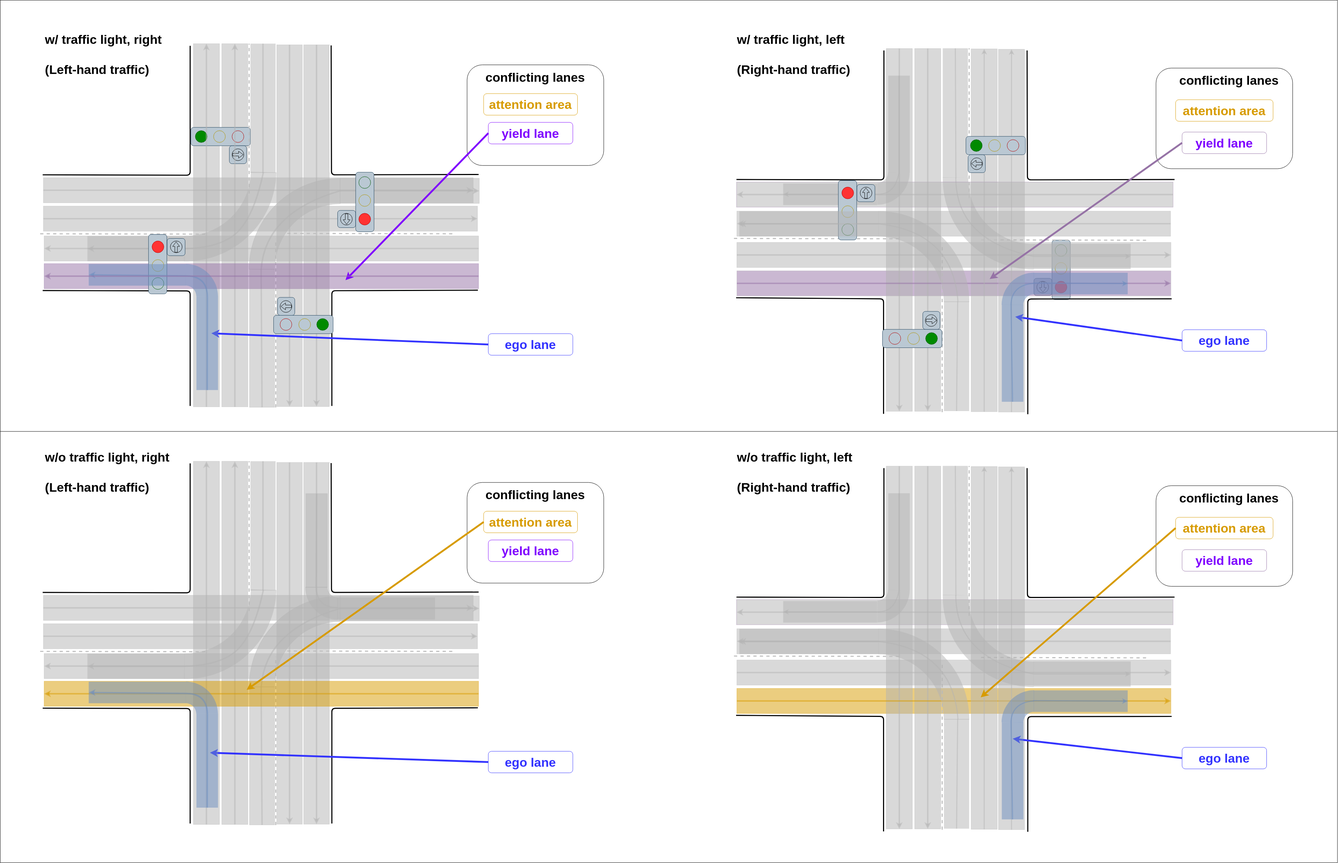
Before: main/planning/behavior_velocity_intersection_module/docs/intersection-attention-ll-rr.drawio.svg, a diagram exported from draw.io (ralwing/autoware.universe). Source tidied: cells renumbered, new cells last; positions are measured from the earlier drawing's top-left corner, leaving out a move shared by most shapes.
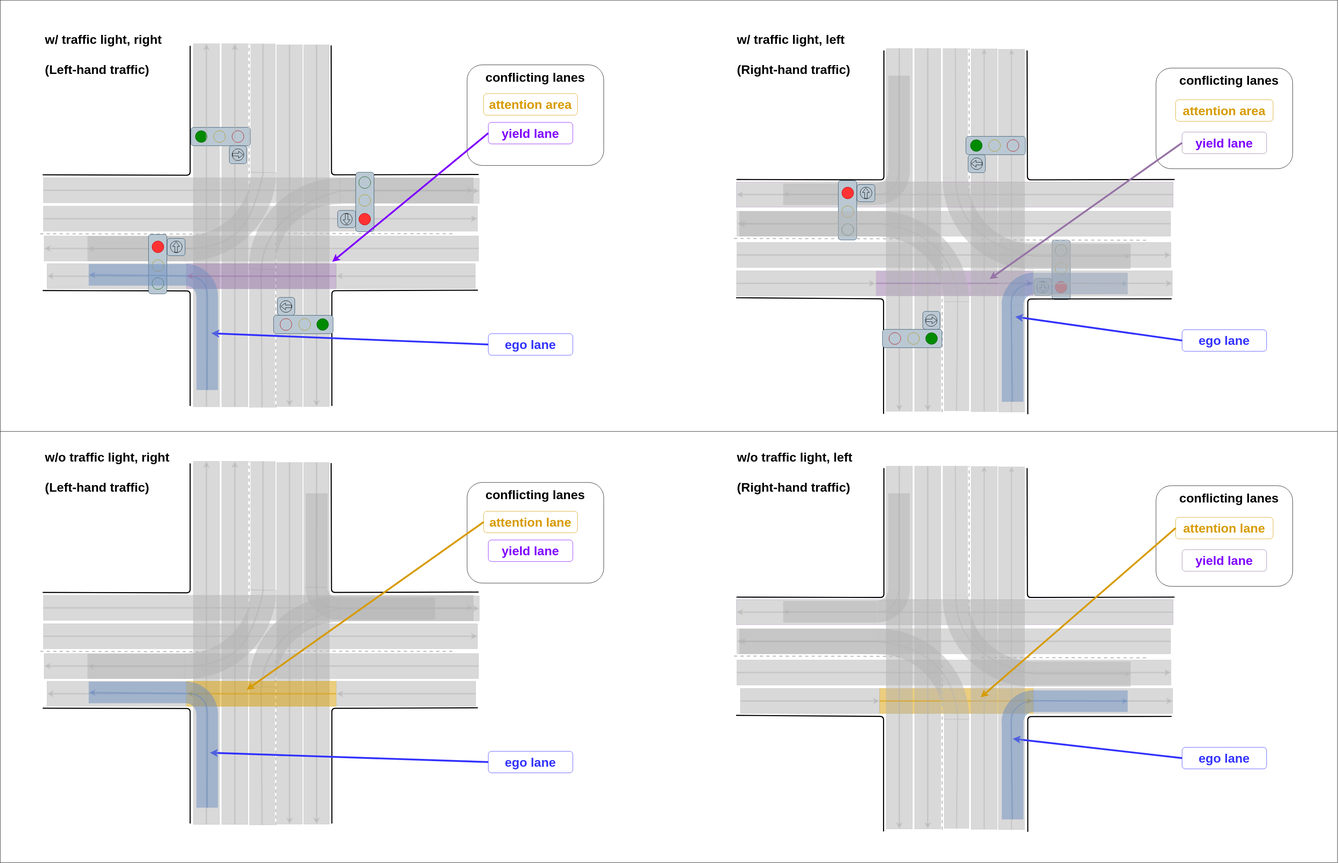
Later version of the same file.

Diff of the diagram source:
```diff
@@ -2,11 +2,29 @@
   <root>
     <mxCell id="0" />
     <mxCell id="1" parent="0" />
+    <mxCell id="315" style="rounded=0;whiteSpace=wrap;html=1;fillColor=#B3B3B3;rotation=-180;strokeColor=#B3B3B3;opacity=50;direction=west;" parent="1" vertex="1">
+      <mxGeometry x="2873" y="1915" width="387" height="70" as="geometry" />
+    </mxCell>
+    <mxCell id="316" style="endArrow=classic;html=1;rounded=0;strokeColor=#B3B3B3;strokeWidth=4;opacity=50;entryX=1;entryY=0.5;entryDx=0;entryDy=0;endFill=1;exitX=0;exitY=0.5;exitDx=0;exitDy=0;" parent="1" edge="1" source="315" target="315">
+      <mxGeometry relative="1" as="geometry" />
+    </mxCell>
+    <mxCell id="317" style="rounded=0;whiteSpace=wrap;html=1;fillColor=#B3B3B3;rotation=-180;strokeColor=#B3B3B3;opacity=50;" parent="1" vertex="1">
+      <mxGeometry x="130" y="1895" width="387" height="70" as="geometry" />
+    </mxCell>
+    <mxCell id="318" style="endArrow=classic;html=1;rounded=0;strokeColor=#B3B3B3;strokeWidth=4;opacity=50;entryX=1;entryY=0.5;entryDx=0;entryDy=0;endFill=1;exitX=0;exitY=0.5;exitDx=0;exitDy=0;" parent="1" edge="1" source="317" target="317">
+      <mxGeometry relative="1" as="geometry" />
+    </mxCell>
+    <mxCell id="319" style="rounded=0;whiteSpace=wrap;html=1;fillColor=#B3B3B3;rotation=-180;strokeColor=#B3B3B3;opacity=50;" parent="1" vertex="1">
+      <mxGeometry x="130" y="733" width="387" height="70" as="geometry" />
+    </mxCell>
+    <mxCell id="320" style="endArrow=classic;html=1;rounded=0;strokeColor=#B3B3B3;strokeWidth=4;opacity=50;entryX=1;entryY=0.5;entryDx=0;entryDy=0;endFill=1;exitX=0;exitY=0.5;exitDx=0;exitDy=0;" parent="1" edge="1" source="319" target="319">
+      <mxGeometry relative="1" as="geometry" />
+    </mxCell>
     <mxCell id="2" style="rounded=0;whiteSpace=wrap;html=1;fillColor=none;" parent="1" vertex="1">
       <mxGeometry width="3718" height="2400" as="geometry" />
     </mxCell>
     <mxCell id="3" style="rounded=0;whiteSpace=wrap;html=1;fillColor=#D79B00;rotation=-180;strokeColor=#D79B00;opacity=50;direction=west;" parent="1" vertex="1">
-      <mxGeometry x="2048" y="1915" width="1207" height="69.9" as="geometry" />
+      <mxGeometry x="2445" y="1915" width="427" height="69.9" as="geometry" />
     </mxCell>
     <mxCell id="4" style="group;direction=west;rotation=90;" parent="1" vertex="1">
       <mxGeometry x="2841" y="699" width="165.6" height="102" as="geometry" />
@@ -64,7 +82,7 @@
       <mxGeometry relative="1" as="geometry" />
     </mxCell>
     <mxCell id="20" style="rounded=0;whiteSpace=wrap;html=1;fillColor=#9673A6;rotation=-180;strokeColor=#B3B3B3;opacity=50;direction=west;" parent="1" vertex="1">
-      <mxGeometry x="2048" y="753" width="1207" height="69.9" as="geometry" />
+      <mxGeometry x="2435" y="753" width="437" height="69.9" as="geometry" />
     </mxCell>
     <mxCell id="21" style="rounded=0;whiteSpace=wrap;html=1;fillColor=#B3B3B3;rotation=-90;fontColor=#333333;strokeColor=#B3B3B3;opacity=50;direction=west;" parent="1" vertex="1">
       <mxGeometry x="2231" y="604" width="1009.5" height="72.6" as="geometry" />
@@ -300,7 +318,7 @@
       <mxGeometry x="120" y="573" width="1207" height="69.9" as="geometry" />
     </mxCell>
     <mxCell id="78" style="rounded=0;whiteSpace=wrap;html=1;fillColor=#9673A6;rotation=-180;strokeColor=#9673A6;opacity=50;" parent="1" vertex="1">
-      <mxGeometry x="122" y="733" width="1208" height="69.9" as="geometry" />
+      <mxGeometry x="518" y="733" width="416" height="69.9" as="geometry" />
     </mxCell>
     <mxCell id="79" style="group;" parent="1" vertex="1">
       <mxGeometry x="156" y="115" width="716.7" height="716.7" as="geometry" />
@@ -514,7 +532,7 @@
     </mxCell>
     <mxCell id="130" style="endArrow=classic;html=1;rounded=0;strokeColor=#7F00FF;strokeWidth=5;fontSize=35;fontColor=#7F00FF;exitX=0;exitY=0.5;exitDx=0;exitDy=0;" parent="1" edge="1" source="129">
       <mxGeometry relative="1" as="geometry">
-        <mxPoint x="960" y="779" as="targetPoint" />
+        <mxPoint x="923" y="728" as="targetPoint" />
       </mxGeometry>
     </mxCell>
     <mxCell id="131" value="&lt;b style=&quot;&quot;&gt;attention area&lt;/b&gt;" style="rounded=1;whiteSpace=wrap;html=1;labelBackgroundColor=#FFFFFF;strokeColor=#D79B00;fontSize=35;fontColor=#D79B00;fillColor=none;" parent="1" vertex="1">
@@ -811,7 +829,7 @@
       <mxGeometry x="120" y="1735" width="1207" height="69.9" as="geometry" />
     </mxCell>
     <mxCell id="208" style="rounded=0;whiteSpace=wrap;html=1;fillColor=#D79B00;rotation=-180;strokeColor=#D79B00;opacity=50;" parent="1" vertex="1">
-      <mxGeometry x="122" y="1895" width="1208" height="69.9" as="geometry" />
+      <mxGeometry x="518" y="1895" width="416" height="69.9" as="geometry" />
     </mxCell>
     <mxCell id="209" style="endArrow=classic;html=1;rounded=0;strokeColor=#D79B00;strokeWidth=4;opacity=50;exitX=0;exitY=0.5;exitDx=0;exitDy=0;entryX=1;entryY=0.5;entryDx=0;entryDy=0;" parent="1" edge="1" source="208" target="208">
       <mxGeometry relative="1" as="geometry" />
@@ -999,7 +1017,7 @@
     <mxCell id="252" value="&lt;b style=&quot;&quot;&gt;&lt;font color=&quot;#7f00ff&quot;&gt;yield lane&lt;/font&gt;&lt;/b&gt;" style="rounded=1;whiteSpace=wrap;html=1;labelBackgroundColor=#FFFFFF;strokeColor=#7F00FF;fontSize=35;fontColor=#D79B00;fillColor=none;" parent="1" vertex="1">
       <mxGeometry x="1357" y="1502" width="235" height="60" as="geometry" />
     </mxCell>
-    <mxCell id="253" value="&lt;b style=&quot;&quot;&gt;attention area&lt;/b&gt;" style="rounded=1;whiteSpace=wrap;html=1;labelBackgroundColor=#FFFFFF;strokeColor=#D79B00;fontSize=35;fontColor=#D79B00;fillColor=none;" parent="1" vertex="1">
+    <mxCell id="253" value="&lt;b style=&quot;&quot;&gt;attention lane&lt;/b&gt;" style="rounded=1;whiteSpace=wrap;html=1;labelBackgroundColor=#FFFFFF;strokeColor=#D79B00;fontSize=35;fontColor=#D79B00;fillColor=none;" parent="1" vertex="1">
       <mxGeometry x="1344" y="1422" width="261" height="60" as="geometry" />
     </mxCell>
     <mxCell id="254" style="endArrow=classic;html=1;rounded=0;strokeColor=#D79B00;strokeWidth=5;fontSize=35;fontColor=#D79B00;exitX=0;exitY=0.5;exitDx=0;exitDy=0;" parent="1" edge="1" source="253">
@@ -1044,7 +1062,7 @@
     <mxCell id="265" value="&lt;b style=&quot;&quot;&gt;&lt;font color=&quot;#7f00ff&quot;&gt;yield lane&lt;/font&gt;&lt;/b&gt;" style="rounded=1;whiteSpace=wrap;html=1;labelBackgroundColor=#FFFFFF;strokeColor=#9673A6;fontSize=35;fontColor=#D79B00;fillColor=none;" parent="1" vertex="1">
       <mxGeometry x="3286" y="1529" width="235" height="60" as="geometry" />
     </mxCell>
-    <mxCell id="266" value="&lt;b style=&quot;&quot;&gt;attention area&lt;/b&gt;" style="rounded=1;whiteSpace=wrap;html=1;labelBackgroundColor=#FFFFFF;strokeColor=#D79B00;fontSize=35;fontColor=#D79B00;fillColor=none;" parent="1" vertex="1">
+    <mxCell id="266" value="&lt;b style=&quot;&quot;&gt;attention lane&lt;/b&gt;" style="rounded=1;whiteSpace=wrap;html=1;labelBackgroundColor=#FFFFFF;strokeColor=#D79B00;fontSize=35;fontColor=#D79B00;fillColor=none;" parent="1" vertex="1">
       <mxGeometry x="3268" y="1439" width="271" height="60" as="geometry" />
     </mxCell>
     <mxCell id="267" style="endArrow=classic;html=1;rounded=0;strokeColor=#3333FF;fontSize=35;fontColor=#3333FF;exitX=0;exitY=0.5;exitDx=0;exitDy=0;strokeWidth=5;" parent="1" edge="1" source="263">
@@ -1237,5 +1255,35 @@
     <mxCell id="314" style="endArrow=none;html=1;rounded=0;exitX=0;exitY=0.5;exitDx=0;exitDy=0;entryX=1;entryY=0.5;entryDx=0;entryDy=0;" parent="1" edge="1" source="2" target="2">
       <mxGeometry relative="1" as="geometry" />
     </mxCell>
+    <mxCell id="321" style="rounded=0;whiteSpace=wrap;html=1;fillColor=#B3B3B3;rotation=-180;strokeColor=#B3B3B3;opacity=50;" parent="1" vertex="1">
+      <mxGeometry x="934" y="733" width="387" height="70" as="geometry" />
+    </mxCell>
+    <mxCell id="322" style="endArrow=classic;html=1;rounded=0;strokeColor=#B3B3B3;strokeWidth=4;opacity=50;entryX=1;entryY=0.5;entryDx=0;entryDy=0;endFill=1;exitX=0;exitY=0.5;exitDx=0;exitDy=0;" parent="1" edge="1" source="321" target="321">
+      <mxGeometry relative="1" as="geometry" />
+    </mxCell>
+    <mxCell id="323" style="rounded=0;whiteSpace=wrap;html=1;fillColor=#B3B3B3;rotation=-180;strokeColor=#B3B3B3;opacity=50;direction=west;" parent="1" vertex="1">
+      <mxGeometry x="2047" y="753" width="387" height="70" as="geometry" />
+    </mxCell>
+    <mxCell id="324" style="endArrow=classic;html=1;rounded=0;strokeColor=#B3B3B3;strokeWidth=4;opacity=50;entryX=1;entryY=0.5;entryDx=0;entryDy=0;endFill=1;exitX=0;exitY=0.5;exitDx=0;exitDy=0;" parent="1" edge="1" source="323" target="323">
+      <mxGeometry relative="1" as="geometry" />
+    </mxCell>
+    <mxCell id="325" style="rounded=0;whiteSpace=wrap;html=1;fillColor=#B3B3B3;rotation=-180;strokeColor=#B3B3B3;opacity=50;direction=west;" parent="1" vertex="1">
+      <mxGeometry x="2872" y="753" width="387" height="70" as="geometry" />
+    </mxCell>
+    <mxCell id="326" style="endArrow=classic;html=1;rounded=0;strokeColor=#B3B3B3;strokeWidth=4;opacity=50;entryX=1;entryY=0.5;entryDx=0;entryDy=0;endFill=1;exitX=0;exitY=0.5;exitDx=0;exitDy=0;" parent="1" edge="1" source="325" target="325">
+      <mxGeometry relative="1" as="geometry" />
+    </mxCell>
+    <mxCell id="327" style="rounded=0;whiteSpace=wrap;html=1;fillColor=#B3B3B3;rotation=-180;strokeColor=#B3B3B3;opacity=50;" parent="1" vertex="1">
+      <mxGeometry x="935" y="1895" width="387" height="70" as="geometry" />
+    </mxCell>
+    <mxCell id="328" style="endArrow=classic;html=1;rounded=0;strokeColor=#B3B3B3;strokeWidth=4;opacity=50;entryX=1;entryY=0.5;entryDx=0;entryDy=0;endFill=1;exitX=0;exitY=0.5;exitDx=0;exitDy=0;" parent="1" edge="1" source="327" target="327">
+      <mxGeometry relative="1" as="geometry" />
+    </mxCell>
+    <mxCell id="329" style="rounded=0;whiteSpace=wrap;html=1;fillColor=#B3B3B3;rotation=-180;strokeColor=#B3B3B3;opacity=50;direction=west;" parent="1" vertex="1">
+      <mxGeometry x="2058" y="1915" width="387" height="70" as="geometry" />
+    </mxCell>
+    <mxCell id="330" style="endArrow=classic;html=1;rounded=0;strokeColor=#B3B3B3;strokeWidth=4;opacity=50;entryX=1;entryY=0.5;entryDx=0;entryDy=0;endFill=1;exitX=0;exitY=0.5;exitDx=0;exitDy=0;" parent="1" edge="1" source="329" target="329">
+      <mxGeometry relative="1" as="geometry" />
+    </mxCell>
   </root>
 </mxGraphModel>
```
